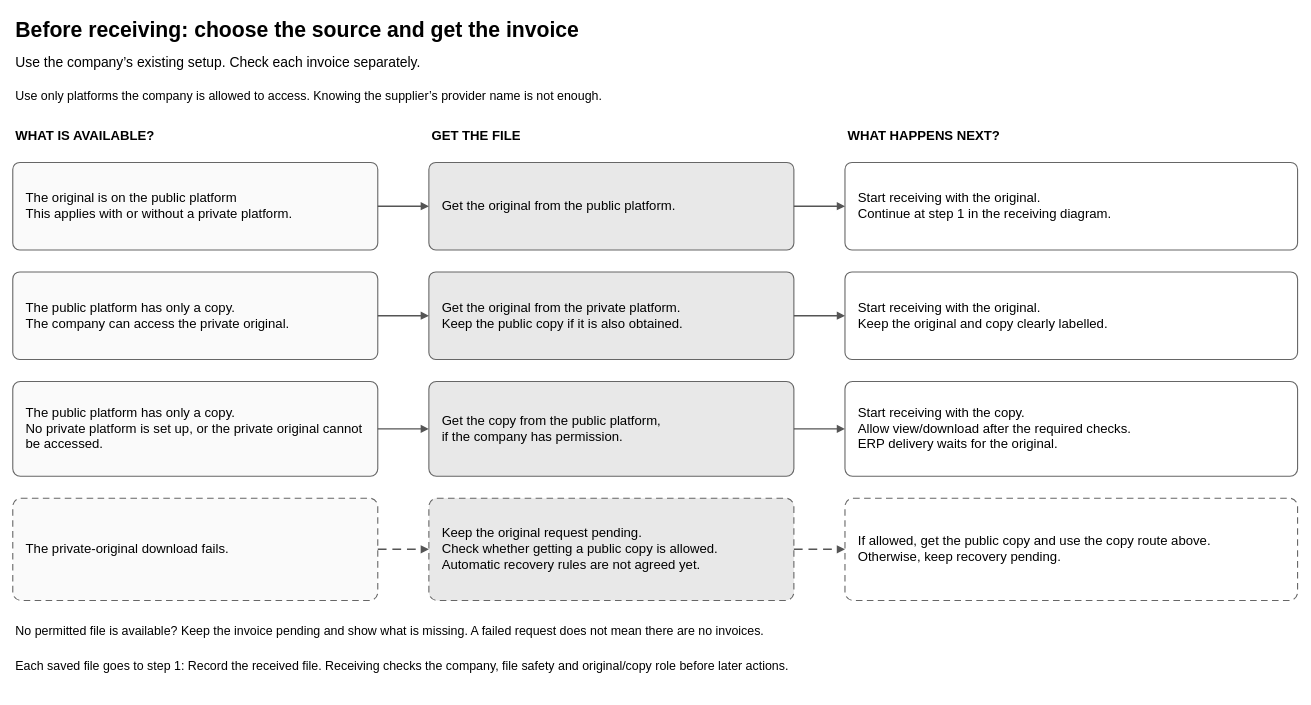
This is assets/diagrams/receiving-source-selection-process.drawio from jiaxinhe0709/pm_second_brain, a draw.io file, before an edit. Source tidied: cells renumbered, new cells numbered last; positions are measured from the earlier drawing's top-left corner, leaving out a move shared by most shapes. Both pictures are drawn from the tidied source at 73%, with x=0, y=0 at pixel (12, 12).
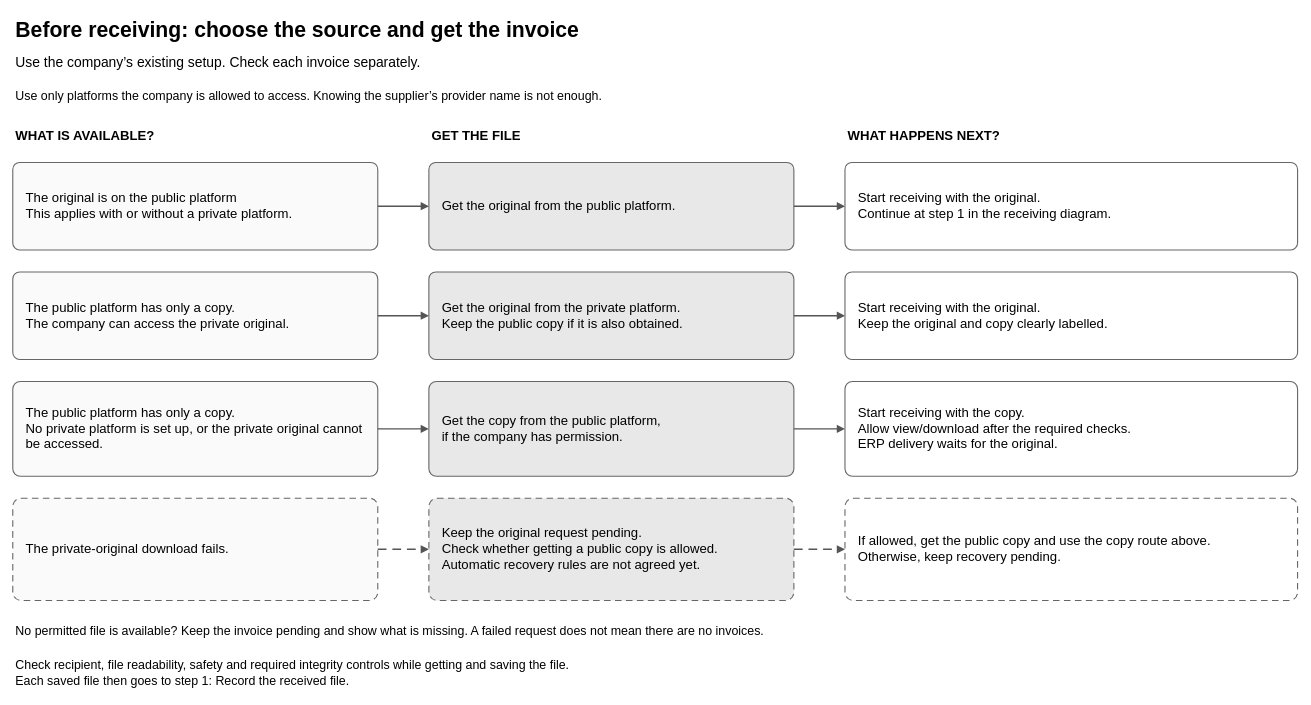
After the change.

The edit, as a diff of the source:
```diff
@@
-    <mxCell id="29" value="Each saved file goes to step 1: Record the received file. Receiving checks the company, file safety and original/copy role before later actions." style="text;html=0;whiteSpace=wrap;align=left;verticalAlign=middle;spacing=4;fontFamily=Arial;fontSize=17;" parent="1" vertex="1">
-      <mxGeometry y="877" width="1760" height="37" as="geometry" />
+    <mxCell id="29" value="Check recipient, file readability, safety and required integrity controls while getting and saving the file.&#10;Each saved file then goes to step 1: Record the received file." style="text;html=0;whiteSpace=wrap;align=left;verticalAlign=middle;spacing=4;fontFamily=Arial;fontSize=17;" parent="1" vertex="1">
+      <mxGeometry y="877" width="1760" height="55" as="geometry" />
     </mxCell>
```
